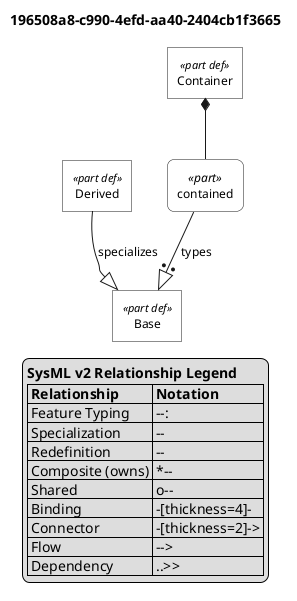
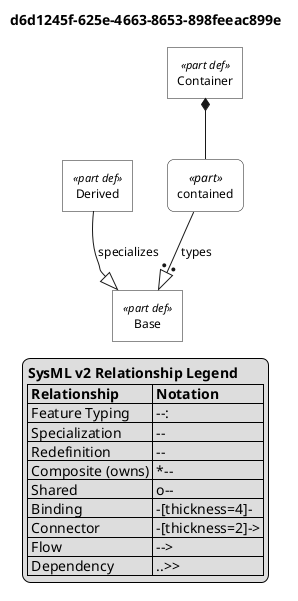
@startuml

skinparam monochrome true
skinparam wrapWidth 300
skinparam defaultFontSize 12
skinparam defaultFontName Helvetica

' Definitions: sharp corners, plain background
skinparam rectangle<<part def>> {
    RoundCorner 0
    BackgroundColor white
    StereotypeFontSize 11
}
skinparam rectangle<<item def>> {
    RoundCorner 0
    BackgroundColor white
}
skinparam rectangle<<attribute def>> {
    RoundCorner 0
    BackgroundColor white
}
skinparam rectangle<<port def>> {
    RoundCorner 0
    BackgroundColor white
}
skinparam rectangle<<action def>> {
    RoundCorner 0
    BackgroundColor white
}
skinparam rectangle<<state def>> {
    RoundCorner 0
    BackgroundColor white
}
skinparam rectangle<<requirement def>> {
    RoundCorner 0
    BackgroundColor white
}
skinparam rectangle<<view def>> {
    RoundCorner 0
    BackgroundColor white
}
skinparam rectangle<<viewpoint def>> {
    RoundCorner 0
    BackgroundColor white
}
skinparam rectangle<<enumeration def>> {
    RoundCorner 0
    BackgroundColor white
}

' Usages: rounded corners, plain background
skinparam rectangle<<part>> {
    RoundCorner 15
    BackgroundColor white
}
skinparam rectangle<<item>> {
    RoundCorner 15
    BackgroundColor white
}
skinparam rectangle<<attribute>> {
    RoundCorner 15
    BackgroundColor white
}
skinparam rectangle<<port>> {
    RoundCorner 15
    BackgroundColor white
}
skinparam rectangle<<action>> {
    RoundCorner 15
    BackgroundColor white
}
skinparam rectangle<<state>> {
    RoundCorner 15
    BackgroundColor white
}
skinparam rectangle<<requirement>> {
    RoundCorner 15
    BackgroundColor white
}
skinparam rectangle<<view>> {
    RoundCorner 15
    BackgroundColor white
}
skinparam rectangle<<viewpoint>> {
    RoundCorner 15
    BackgroundColor white
}
skinparam rectangle<<enumeration>> {
    RoundCorner 15
    BackgroundColor white
}

' Views as folders
skinparam folder<<view def>> {
    BackgroundColor white
}
skinparam folder<<view>> {
    BackgroundColor white
}

top to bottom direction

- title 196508a8-c990-4efd-aa40-2404cb1f3665
+ title d6d1245f-625e-4663-8653-898feeac899e

hide circle

rectangle "Base" as E1 <<part def>>
rectangle "Derived" as E2 <<part def>>
rectangle "Container" as E3 <<part def>>
rectangle "contained" as E4 <<part>>

E2 --|> E1 : specializes
E3 *-- E4
E4 --:|> E1 : types

legend right
  <b>SysML v2 Relationship Legend</b>
  |= Relationship |= Notation |
  | Feature Typing | --:|> |
  | Specialization | --|> |
  | Redefinition | --||> |
  | Composite (owns) | *-- |
  | Shared | o-- |
  | Binding | -[thickness=4]- |
  | Connector | -[thickness=2]-> |
  | Flow | --> |
  | Dependency | ..>> |
endlegend

@enduml